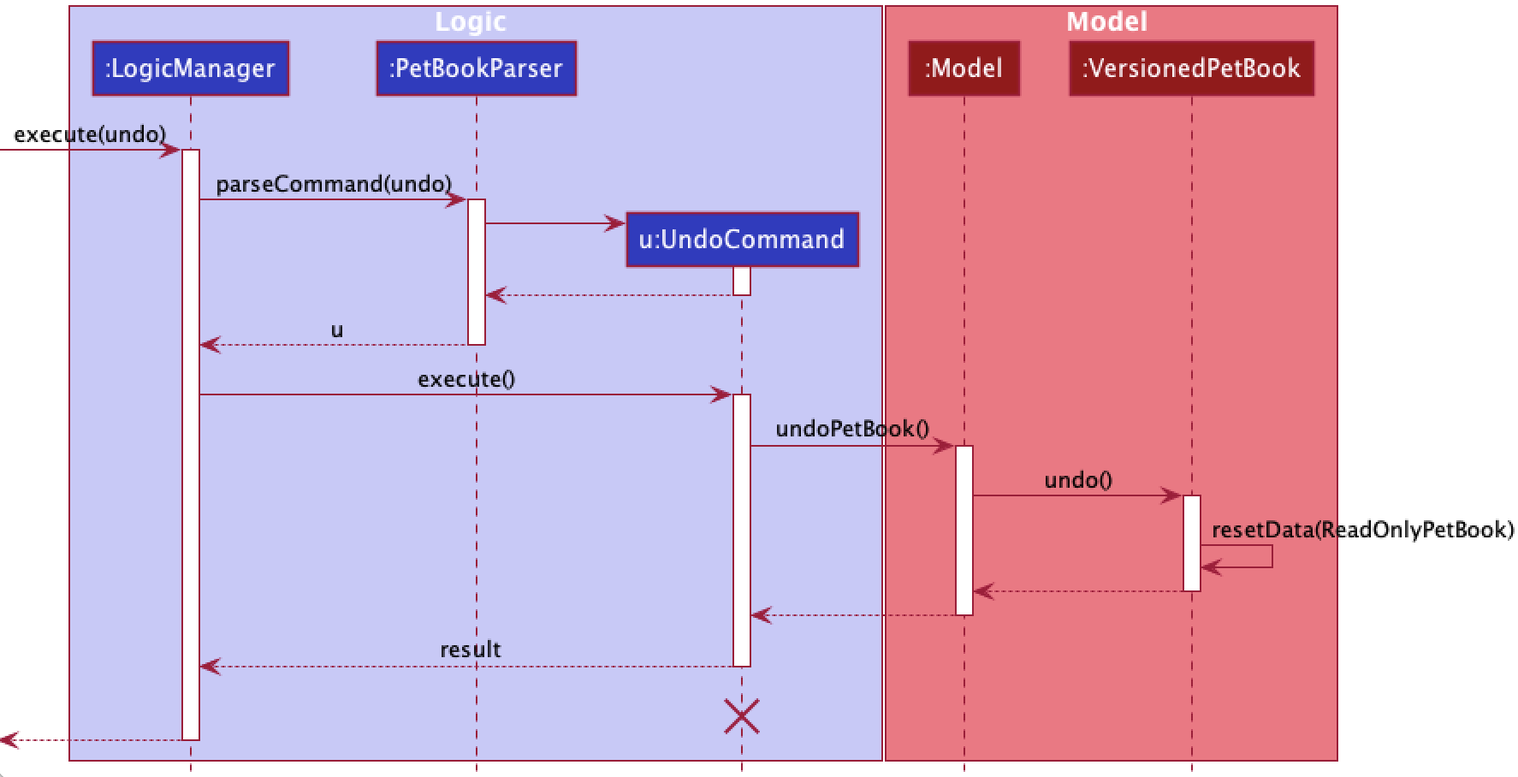
Above: docs/images/UndoSequenceDiagram.png in nus-cs2103-AY2122S2/tp (PlantUML), before the change. Its source is kept beside it as docs/diagrams/UndoSequenceDiagram.puml.
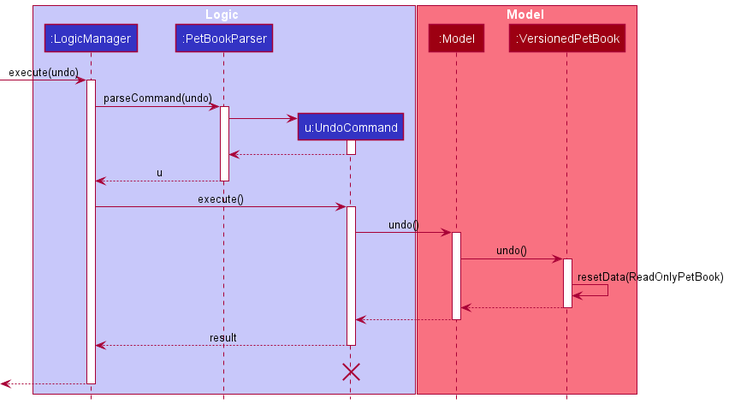
After the commit.

Diff of the diagram source:
```diff
@@ -30,7 +30,7 @@
 LogicManager -> UndoCommand : execute()
 activate UndoCommand
 
-UndoCommand -> Model : undoPetBook()
+UndoCommand -> Model : undo()
 activate Model
 
 Model -> VersionedPetBook : undo()
```
